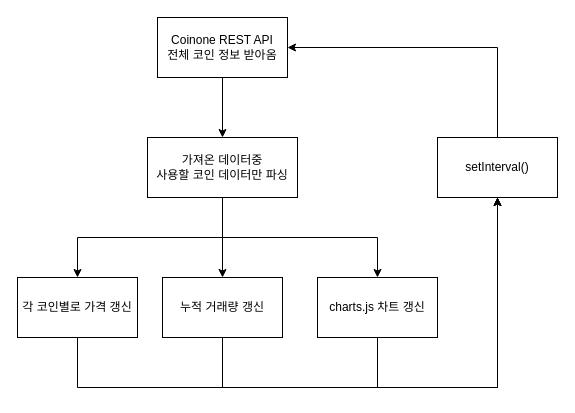
The draw.io diagram logic/diagram.drawio in 0x000613/Coin-Price-Visualizer, before the edit. Source tidied: cells renumbered, new cells numbered last; positions are measured from the earlier drawing's top-left corner, leaving out a move shared by most shapes. Both pictures are drawn from the tidied source at 100%, with x=0, y=0 at pixel (17, 17).
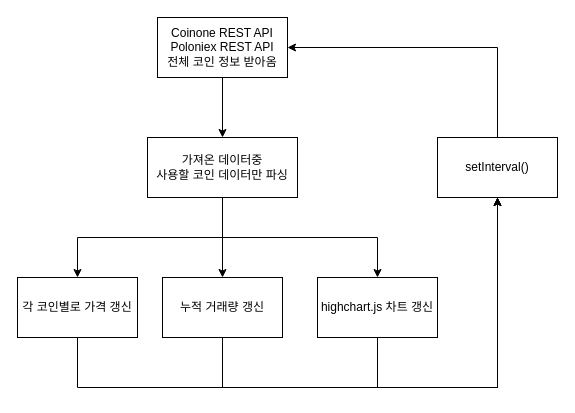
After the change.

What changed in the source:
```diff
@@
-    <mxCell id="3" value="Coinone REST API&lt;br&gt;전체 코인 정보 받아옴" style="rounded=0;whiteSpace=wrap;html=1;" parent="1" vertex="1">
+    <mxCell id="3" value="Coinone REST API&lt;br&gt;Poloniex REST API&lt;br&gt;전체 코인 정보 받아옴" style="rounded=0;whiteSpace=wrap;html=1;" parent="1" vertex="1">
       <mxGeometry x="140" width="130" height="60" as="geometry" />
     </mxCell>
@@
-    <mxCell id="13" value="charts.js 차트 갱신" style="rounded=0;whiteSpace=wrap;html=1;" parent="1" vertex="1">
+    <mxCell id="13" value="highchart.js 차트 갱신" style="rounded=0;whiteSpace=wrap;html=1;" parent="1" vertex="1">
       <mxGeometry x="300" y="260" width="120" height="60" as="geometry" />
     </mxCell>
```
